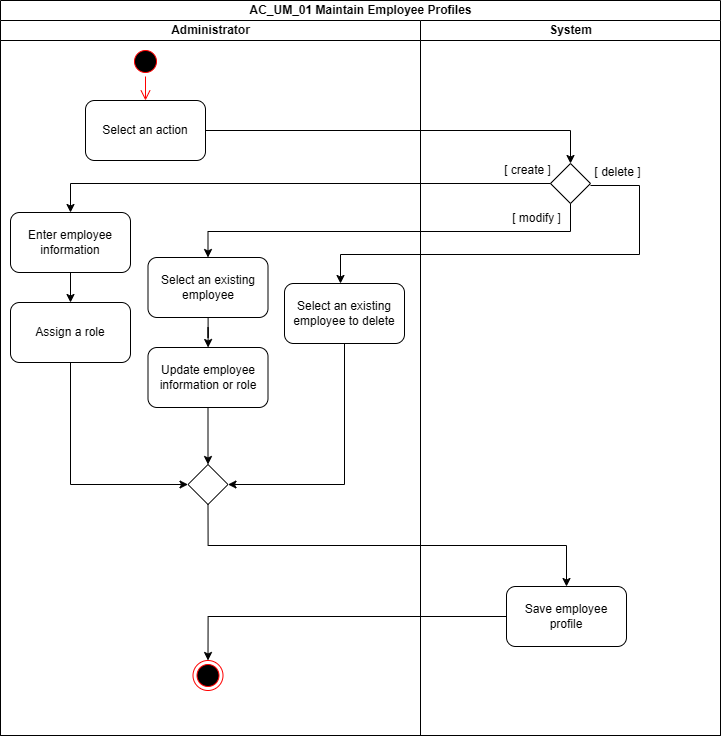
Markl1T/bank-management-system keeps this draw.io diagram as diagrams/activity-diagrams/AC_UM_01.png. Above is the earlier version. Source tidied: cells renumbered, new cells last; positions are measured from the earlier drawing's top-left corner, leaving out a move shared by most shapes.
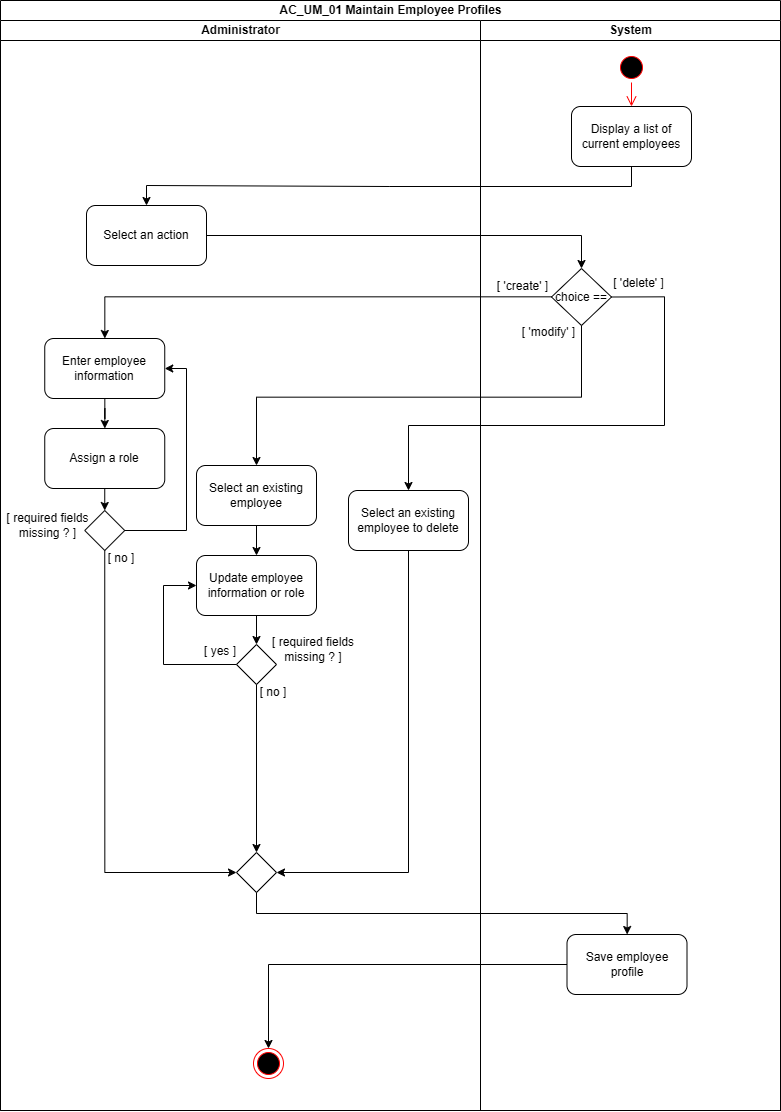
Later version of the same file.

Change to the diagram source:
```diff
@@ -3,97 +3,146 @@
     <mxCell id="0" />
     <mxCell id="1" parent="0" />
     <mxCell id="2" value="AC_UM_01 Maintain Employee Profiles" style="swimlane;startSize=20;html=1;" parent="1" vertex="1">
-      <mxGeometry width="720" height="735" as="geometry" />
+      <mxGeometry width="780" height="1110" as="geometry" />
     </mxCell>
     <mxCell id="3" value="Administrator" style="swimlane;startSize=20;html=1;" parent="2" vertex="1">
-      <mxGeometry y="20" width="420" height="715" as="geometry" />
+      <mxGeometry y="20" width="480" height="1090" as="geometry" />
     </mxCell>
-    <mxCell id="4" style="ellipse;html=1;shape=startState;fillColor=#000000;strokeColor=#ff0000;" parent="3" vertex="1">
-      <mxGeometry x="130" y="26" width="30" height="30" as="geometry" />
+    <mxCell id="4" value="Select an action" style="rounded=1;whiteSpace=wrap;html=1;" parent="3" vertex="1">
+      <mxGeometry x="86" y="185" width="120" height="60" as="geometry" />
     </mxCell>
-    <mxCell id="5" style="edgeStyle=orthogonalEdgeStyle;html=1;verticalAlign=bottom;endArrow=open;endSize=8;strokeColor=#ff0000;rounded=0;entryX=0.5;entryY=0;entryDx=0;entryDy=0;" parent="3" edge="1" source="4" target="6">
+    <mxCell id="5" style="edgeStyle=orthogonalEdgeStyle;rounded=0;jettySize=auto;html=1;" parent="3" edge="1" source="6" target="7">
       <mxGeometry relative="1" as="geometry" />
     </mxCell>
-    <mxCell id="6" value="Select an action" style="rounded=1;whiteSpace=wrap;html=1;" parent="3" vertex="1">
-      <mxGeometry x="85" y="80" width="120" height="60" as="geometry" />
+    <mxCell id="6" value="Enter employee information" style="rounded=1;whiteSpace=wrap;html=1;" parent="3" vertex="1">
+      <mxGeometry x="44.2" y="318" width="120" height="60" as="geometry" />
     </mxCell>
-    <mxCell id="7" style="edgeStyle=orthogonalEdgeStyle;rounded=0;jettySize=auto;html=1;entryX=1;entryY=0.5;entryDx=0;entryDy=0;exitX=0.5;exitY=1;exitDx=0;exitDy=0;" parent="3" edge="1" source="8" target="17">
-      <mxGeometry relative="1" as="geometry" />
+    <mxCell id="7" value="Assign a role" style="rounded=1;whiteSpace=wrap;html=1;" parent="3" vertex="1">
+      <mxGeometry x="44.2" y="408" width="120" height="60" as="geometry" />
     </mxCell>
     <mxCell id="8" value="Select an existing employee to delete" style="rounded=1;whiteSpace=wrap;html=1;" parent="3" vertex="1">
-      <mxGeometry x="284" y="263" width="120" height="60" as="geometry" />
+      <mxGeometry x="348" y="470" width="120" height="60" as="geometry" />
     </mxCell>
-    <mxCell id="9" style="edgeStyle=orthogonalEdgeStyle;rounded=0;jettySize=auto;html=1;" parent="3" edge="1" source="10" target="13">
-      <mxGeometry relative="1" as="geometry" />
+    <mxCell id="9" value="choice ==" style="rhombus;whiteSpace=wrap;html=1;" parent="3" vertex="1">
+      <mxGeometry x="551" y="248" width="60" height="57" as="geometry" />
     </mxCell>
-    <mxCell id="10" value="Enter employee information" style="rounded=1;whiteSpace=wrap;html=1;" parent="3" vertex="1">
-      <mxGeometry x="10" y="192" width="120" height="60" as="geometry" />
+    <mxCell id="10" value="[ 'modify' ]" style="text;html=1;align=center;verticalAlign=middle;whiteSpace=wrap;rounded=0;" parent="3" vertex="1">
+      <mxGeometry x="486" y="297" width="125" height="30" as="geometry" />
     </mxCell>
-    <mxCell id="11" style="edgeStyle=orthogonalEdgeStyle;rounded=0;jettySize=auto;html=1;" parent="3" edge="1" source="12" target="15">
-      <mxGeometry relative="1" as="geometry" />
+    <mxCell id="11" style="edgeStyle=orthogonalEdgeStyle;rounded=0;jettySize=auto;html=1;elbow=vertical;entryX=0.5;entryY=0;entryDx=0;entryDy=0;exitX=1;exitY=0.5;exitDx=0;exitDy=0;" parent="3" edge="1" source="9" target="8">
+      <mxGeometry relative="1" as="geometry">
+        <Array as="points">
+          <mxPoint x="664" y="277" />
+          <mxPoint x="664" y="405" />
+          <mxPoint x="408" y="405" />
+        </Array>
+      </mxGeometry>
     </mxCell>
-    <mxCell id="12" value="Select an existing employee" style="rounded=1;whiteSpace=wrap;html=1;" parent="3" vertex="1">
-      <mxGeometry x="147.5" y="237" width="120" height="60" as="geometry" />
+    <mxCell id="12" style="edgeStyle=elbowEdgeStyle;rounded=0;jettySize=auto;html=1;elbow=vertical;entryX=0.5;entryY=0;entryDx=0;entryDy=0;" parent="3" edge="1" source="9" target="20">
+      <mxGeometry relative="1" as="geometry" />
     </mxCell>
-    <mxCell id="13" value="Assign a role" style="rounded=1;whiteSpace=wrap;html=1;" parent="3" vertex="1">
-      <mxGeometry x="10" y="282" width="120" height="60" as="geometry" />
+    <mxCell id="13" style="edgeStyle=orthogonalEdgeStyle;rounded=0;jettySize=auto;html=1;" parent="3" edge="1" source="4" target="9">
+      <mxGeometry relative="1" as="geometry" />
     </mxCell>
-    <mxCell id="14" style="edgeStyle=orthogonalEdgeStyle;rounded=0;jettySize=auto;html=1;entryX=0.5;entryY=0;entryDx=0;entryDy=0;" parent="3" edge="1" source="15" target="17">
+    <mxCell id="14" style="edgeStyle=orthogonalEdgeStyle;rounded=0;jettySize=auto;html=1;" parent="3" edge="1" source="9" target="6">
       <mxGeometry relative="1" as="geometry" />
     </mxCell>
-    <mxCell id="15" value="Update employee information or role" style="whiteSpace=wrap;html=1;rounded=1;" parent="3" vertex="1">
-      <mxGeometry x="147.5" y="327" width="120" height="60" as="geometry" />
+    <mxCell id="15" style="rhombus;whiteSpace=wrap;html=1;" parent="3" vertex="1">
+      <mxGeometry x="84.2" y="490" width="40" height="40" as="geometry" />
     </mxCell>
-    <mxCell id="16" style="ellipse;html=1;shape=endState;fillColor=#000000;strokeColor=#ff0000;" parent="3" vertex="1">
-      <mxGeometry x="192.5" y="640" width="30" height="30" as="geometry" />
+    <mxCell id="16" style="edgeStyle=orthogonalEdgeStyle;rounded=0;jettySize=auto;html=1;entryX=0.5;entryY=0;entryDx=0;entryDy=0;exitX=0.5;exitY=1;exitDx=0;exitDy=0;" parent="3" edge="1" source="7" target="15">
+      <mxGeometry relative="1" as="geometry" />
     </mxCell>
-    <mxCell id="17" style="rhombus;whiteSpace=wrap;html=1;" parent="3" vertex="1">
-      <mxGeometry x="187.5" y="444" width="40" height="40" as="geometry" />
+    <mxCell id="17" value="[ required fields missing ?&amp;nbsp;&lt;span style=&quot;background-color: transparent; color: light-dark(rgb(0, 0, 0), rgb(255, 255, 255));&quot;&gt;]&lt;/span&gt;" style="text;html=1;align=center;verticalAlign=middle;whiteSpace=wrap;rounded=0;" parent="3" vertex="1">
+      <mxGeometry x="5" y="490" width="85" height="30" as="geometry" />
     </mxCell>
-    <mxCell id="18" style="edgeStyle=orthogonalEdgeStyle;rounded=0;jettySize=auto;html=1;entryX=0;entryY=0.5;entryDx=0;entryDy=0;exitX=0.5;exitY=1;exitDx=0;exitDy=0;" parent="3" edge="1" source="13" target="17">
-      <mxGeometry relative="1" as="geometry" />
+    <mxCell id="18" value="[ no ]" style="text;html=1;align=center;verticalAlign=middle;whiteSpace=wrap;rounded=0;" parent="3" vertex="1">
+      <mxGeometry x="74" y="523" width="94" height="30" as="geometry" />
     </mxCell>
-    <mxCell id="19" value="System" style="swimlane;startSize=20;html=1;" parent="2" vertex="1">
-      <mxGeometry x="420" y="20" width="300" height="715" as="geometry" />
+    <mxCell id="19" style="edgeStyle=orthogonalEdgeStyle;rounded=0;jettySize=auto;html=1;" parent="3" edge="1" source="20" target="21">
+      <mxGeometry relative="1" as="geometry" />
     </mxCell>
-    <mxCell id="20" value="Save employee profile" style="whiteSpace=wrap;html=1;rounded=1;" parent="19" vertex="1">
-      <mxGeometry x="86" y="566" width="120" height="60" as="geometry" />
+    <mxCell id="20" value="Select an existing employee" style="rounded=1;whiteSpace=wrap;html=1;" parent="3" vertex="1">
+      <mxGeometry x="196" y="445" width="120" height="60" as="geometry" />
     </mxCell>
-    <mxCell id="21" style="rhombus;whiteSpace=wrap;html=1;" parent="19" vertex="1">
-      <mxGeometry x="130" y="143" width="40" height="40" as="geometry" />
+    <mxCell id="21" value="Update employee information or role" style="whiteSpace=wrap;html=1;rounded=1;" parent="3" vertex="1">
+      <mxGeometry x="196" y="535" width="120" height="60" as="geometry" />
     </mxCell>
-    <mxCell id="22" value="[ create ]" style="text;html=1;align=center;verticalAlign=middle;whiteSpace=wrap;rounded=0;" parent="19" vertex="1">
-      <mxGeometry x="45" y="135" width="125" height="30" as="geometry" />
+    <mxCell id="22" style="rhombus;whiteSpace=wrap;html=1;" parent="3" vertex="1">
+      <mxGeometry x="236" y="624" width="40" height="40" as="geometry" />
     </mxCell>
-    <mxCell id="23" value="[ modify ]" style="text;html=1;align=center;verticalAlign=middle;whiteSpace=wrap;rounded=0;" parent="19" vertex="1">
-      <mxGeometry x="54" y="183" width="125" height="30" as="geometry" />
+    <mxCell id="23" style="edgeStyle=orthogonalEdgeStyle;rounded=0;jettySize=auto;html=1;entryX=0.5;entryY=0;entryDx=0;entryDy=0;" parent="3" edge="1" source="21" target="22">
+      <mxGeometry relative="1" as="geometry" />
     </mxCell>
-    <mxCell id="24" value="[ delete&amp;nbsp;&lt;span style=&quot;background-color: transparent; color: light-dark(rgb(0, 0, 0), rgb(255, 255, 255));&quot;&gt;]&lt;/span&gt;" style="text;html=1;align=center;verticalAlign=middle;whiteSpace=wrap;rounded=0;" parent="19" vertex="1">
-      <mxGeometry x="162" y="137" width="71" height="30" as="geometry" />
+    <mxCell id="24" value="[ required fields missing ?&amp;nbsp;&lt;span style=&quot;background-color: transparent; color: light-dark(rgb(0, 0, 0), rgb(255, 255, 255));&quot;&gt;]&lt;/span&gt;" style="text;html=1;align=center;verticalAlign=middle;whiteSpace=wrap;rounded=0;" parent="3" vertex="1">
+      <mxGeometry x="251.7" y="614" width="122" height="30" as="geometry" />
     </mxCell>
-    <mxCell id="25" style="edgeStyle=orthogonalEdgeStyle;rounded=0;jettySize=auto;html=1;" parent="2" edge="1" source="6" target="21">
-      <mxGeometry relative="1" as="geometry" />
+    <mxCell id="25" value="[ no ]" style="text;html=1;align=center;verticalAlign=middle;whiteSpace=wrap;rounded=0;" parent="3" vertex="1">
+      <mxGeometry x="225.8" y="657" width="94" height="30" as="geometry" />
     </mxCell>
-    <mxCell id="26" style="edgeStyle=orthogonalEdgeStyle;rounded=0;jettySize=auto;html=1;elbow=vertical;exitX=1;exitY=1;exitDx=0;exitDy=0;" parent="2" edge="1" source="22" target="8">
-      <mxGeometry relative="1" as="geometry">
-        <Array as="points">
-          <mxPoint x="639" y="185" />
-          <mxPoint x="639" y="254" />
-          <mxPoint x="340" y="254" />
-        </Array>
-      </mxGeometry>
+    <mxCell id="26" value="[ yes ]" style="text;html=1;align=center;verticalAlign=middle;whiteSpace=wrap;rounded=0;" parent="3" vertex="1">
+      <mxGeometry x="173" y="616" width="94" height="30" as="geometry" />
     </mxCell>
-    <mxCell id="27" style="edgeStyle=orthogonalEdgeStyle;rounded=0;jettySize=auto;html=1;" parent="2" edge="1" source="21" target="10">
-      <mxGeometry relative="1" as="geometry" />
+    <mxCell id="27" style="endArrow=classic;html=1;rounded=0;entryX=1;entryY=0.5;entryDx=0;entryDy=0;edgeStyle=orthogonalEdgeStyle;exitX=1;exitY=0.5;exitDx=0;exitDy=0;" parent="3" edge="1" source="15" target="6">
+      <mxGeometry relative="1" as="geometry">
+        <Array as="points">
+          <mxPoint x="186" y="510" />
+          <mxPoint x="186" y="348" />
+        </Array>
+      </mxGeometry>
     </mxCell>
-    <mxCell id="28" style="edgeStyle=elbowEdgeStyle;rounded=0;jettySize=auto;html=1;elbow=vertical;" parent="2" edge="1" source="21" target="12">
-      <mxGeometry relative="1" as="geometry" />
+    <mxCell id="28" style="rhombus;whiteSpace=wrap;html=1;" parent="3" vertex="1">
+      <mxGeometry x="236" y="832" width="40" height="40" as="geometry" />
     </mxCell>
-    <mxCell id="29" style="edgeStyle=orthogonalEdgeStyle;rounded=0;jettySize=auto;html=1;exitX=0.5;exitY=1;exitDx=0;exitDy=0;" parent="2" edge="1" source="17" target="20">
+    <mxCell id="29" style="edgeStyle=orthogonalEdgeStyle;rounded=0;jettySize=auto;html=1;entryX=1;entryY=0.5;entryDx=0;entryDy=0;exitX=0.5;exitY=1;exitDx=0;exitDy=0;" parent="3" edge="1" source="8" target="28">
       <mxGeometry relative="1" as="geometry" />
     </mxCell>
-    <mxCell id="30" style="edgeStyle=orthogonalEdgeStyle;rounded=0;jettySize=auto;html=1;" parent="2" edge="1" source="20" target="16">
+    <mxCell id="30" style="edgeStyle=orthogonalEdgeStyle;rounded=0;jettySize=auto;html=1;entryX=0;entryY=0.5;entryDx=0;entryDy=0;exitX=0.5;exitY=1;exitDx=0;exitDy=0;" parent="3" edge="1" source="15" target="28">
       <mxGeometry relative="1" as="geometry" />
     </mxCell>
+    <mxCell id="31" style="edgeStyle=orthogonalEdgeStyle;rounded=0;jettySize=auto;html=1;entryX=0.5;entryY=0;entryDx=0;entryDy=0;exitX=0.5;exitY=1;exitDx=0;exitDy=0;" parent="3" edge="1" source="22" target="28">
+      <mxGeometry relative="1" as="geometry" />
+    </mxCell>
+    <mxCell id="32" style="endArrow=classic;html=1;rounded=0;entryX=0;entryY=0.5;entryDx=0;entryDy=0;edgeStyle=orthogonalEdgeStyle;exitX=0;exitY=0.5;exitDx=0;exitDy=0;" parent="3" edge="1" source="22" target="21">
+      <mxGeometry relative="1" as="geometry">
+        <Array as="points">
+          <mxPoint x="163" y="644" />
+          <mxPoint x="163" y="565" />
+        </Array>
+      </mxGeometry>
+    </mxCell>
+    <mxCell id="33" value="System" style="swimlane;startSize=20;html=1;" parent="2" vertex="1">
+      <mxGeometry x="480" y="20" width="300" height="1090" as="geometry" />
+    </mxCell>
+    <mxCell id="34" value="[ 'delete'&amp;nbsp;&lt;span style=&quot;background-color: transparent; color: light-dark(rgb(0, 0, 0), rgb(255, 255, 255));&quot;&gt;]&lt;/span&gt;" style="text;html=1;align=center;verticalAlign=middle;whiteSpace=wrap;rounded=0;" parent="33" vertex="1">
+      <mxGeometry x="123" y="248" width="71" height="30" as="geometry" />
+    </mxCell>
+    <mxCell id="35" value="Display a list of current employees" style="rounded=1;whiteSpace=wrap;html=1;" parent="33" vertex="1">
+      <mxGeometry x="91" y="86" width="120" height="60" as="geometry" />
+    </mxCell>
+    <mxCell id="36" style="ellipse;html=1;shape=startState;fillColor=#000000;strokeColor=#ff0000;" parent="33" vertex="1">
+      <mxGeometry x="136" y="32" width="30" height="30" as="geometry" />
+    </mxCell>
+    <mxCell id="37" style="edgeStyle=orthogonalEdgeStyle;html=1;verticalAlign=bottom;endArrow=open;endSize=8;strokeColor=#ff0000;rounded=0;entryX=0.5;entryY=0;entryDx=0;entryDy=0;" parent="33" edge="1" source="36" target="35">
+      <mxGeometry relative="1" as="geometry" />
+    </mxCell>
+    <mxCell id="38" style="ellipse;html=1;shape=endState;fillColor=#000000;strokeColor=#ff0000;" parent="33" vertex="1">
+      <mxGeometry x="-227" y="1028" width="30" height="30" as="geometry" />
+    </mxCell>
+    <mxCell id="39" value="Save employee profile" style="whiteSpace=wrap;html=1;rounded=1;" parent="33" vertex="1">
+      <mxGeometry x="86.5" y="914" width="120" height="60" as="geometry" />
+    </mxCell>
+    <mxCell id="40" style="edgeStyle=orthogonalEdgeStyle;rounded=0;jettySize=auto;html=1;" parent="33" edge="1" source="39" target="38">
+      <mxGeometry relative="1" as="geometry" />
+    </mxCell>
+    <mxCell id="41" value="[ 'create' ]" style="text;html=1;align=center;verticalAlign=middle;whiteSpace=wrap;rounded=0;" parent="33" vertex="1">
+      <mxGeometry x="-20" y="251" width="125" height="30" as="geometry" />
+    </mxCell>
+    <mxCell id="42" style="edgeStyle=orthogonalEdgeStyle;rounded=0;jettySize=auto;html=1;exitX=0.5;exitY=1;exitDx=0;exitDy=0;entryX=0.5;entryY=0;entryDx=0;entryDy=0;" parent="2" edge="1" source="35" target="4">
+      <mxGeometry relative="1" as="geometry" />
+    </mxCell>
+    <mxCell id="43" style="edgeStyle=orthogonalEdgeStyle;rounded=0;jettySize=auto;html=1;exitX=0.5;exitY=1;exitDx=0;exitDy=0;" parent="2" edge="1" source="28" target="39">
+      <mxGeometry relative="1" as="geometry" />
+    </mxCell>
   </root>
 </mxGraphModel>
```
